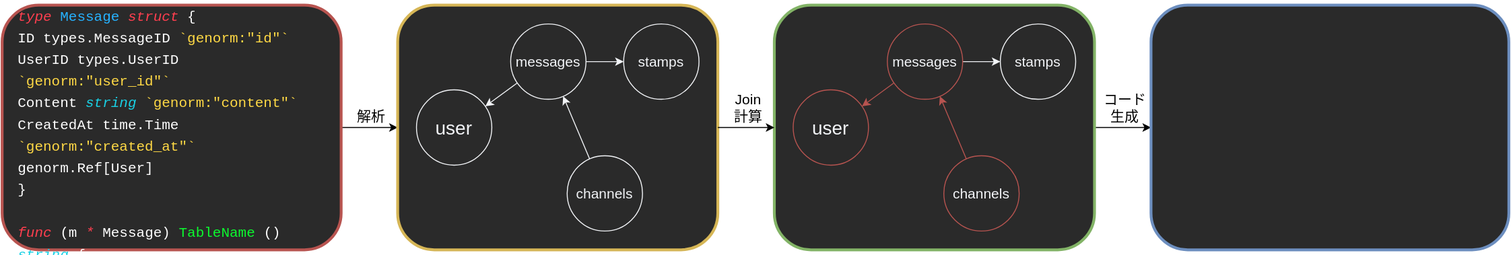
The draw.io diagram trap-lt/codegen-flow.drawio.svg in mazrean/slides, before a commit. Source tidied: cells renumbered, new cells last; positions are measured from the earlier drawing's top-left corner, leaving out a move shared by most shapes.
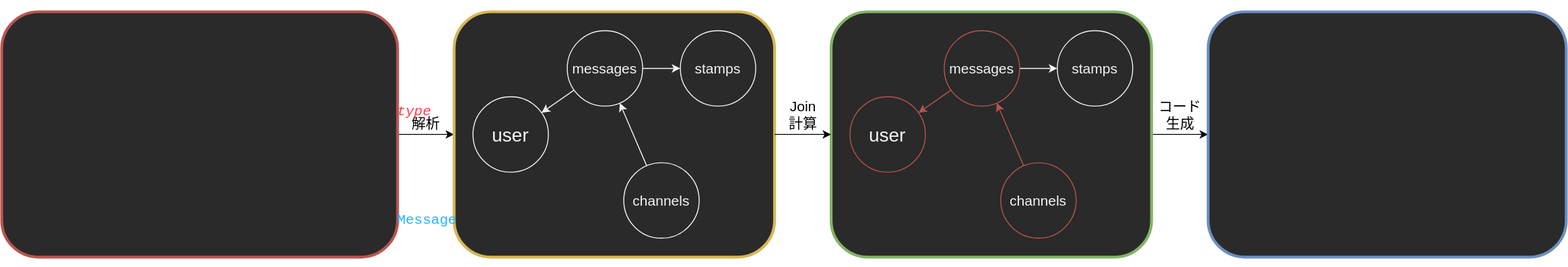
The same diagram one commit later.

Change to the diagram source:
```diff
@@ -6,7 +6,7 @@
       <mxGeometry relative="1" as="geometry" />
     </mxCell>
     <mxCell id="3" style="rounded=1;whiteSpace=wrap;html=1;fillColor=#2A2A2A;strokeColor=#b85450;strokeWidth=3;" parent="1" vertex="1">
-      <mxGeometry y="5" width="360" height="260" as="geometry" />
+      <mxGeometry x="-60" y="5" width="420" height="260" as="geometry" />
     </mxCell>
     <mxCell id="4" style="rounded=1;whiteSpace=wrap;html=1;labelBackgroundColor=none;fillColor=#2A2A2A;strokeColor=#d6b656;strokeWidth=3;" parent="1" vertex="1">
       <mxGeometry x="420" y="5" width="340" height="260" as="geometry" />
@@ -23,8 +23,8 @@
     <mxCell id="8" value="&lt;font style=&quot;font-size: 15px&quot; color=&quot;#f2f4f7&quot;&gt;messages&lt;/font&gt;" style="ellipse;whiteSpace=wrap;html=1;labelBackgroundColor=none;fillColor=none;strokeColor=#F2F4F7;" parent="1" vertex="1">
       <mxGeometry x="540" y="25" width="80" height="80" as="geometry" />
     </mxCell>
-    <mxCell id="9" value="&lt;meta charset=&quot;utf-8&quot;&gt;&lt;div style=&quot;color: rgb(255, 255, 255); font-family: &amp;quot;ricty diminished&amp;quot;, menlo, monaco, &amp;quot;courier new&amp;quot;, monospace; font-weight: normal; font-size: 15px; line-height: 23px;&quot;&gt;&lt;div&gt;&lt;span style=&quot;color: #ff3f4f ; font-style: italic&quot;&gt;type&lt;/span&gt;&lt;span style=&quot;color: #ffffff&quot;&gt; &lt;/span&gt;&lt;span style=&quot;color: #26b2ff&quot;&gt;Message&lt;/span&gt;&lt;span style=&quot;color: #ffffff&quot;&gt; &lt;/span&gt;&lt;span style=&quot;color: #ff3f4f ; font-style: italic&quot;&gt;struct&lt;/span&gt;&lt;span style=&quot;color: #ffffff&quot;&gt; {&lt;/span&gt;&lt;/div&gt;&lt;div&gt;&lt;span style=&quot;color: #ffffff&quot;&gt;  ID        types.MessageID &lt;/span&gt;&lt;span style=&quot;color: #ffd945&quot;&gt;`genorm:&quot;id&quot;`&lt;/span&gt;&lt;/div&gt;&lt;div&gt;&lt;span style=&quot;color: #ffffff&quot;&gt;  UserID    types.UserID    &lt;/span&gt;&lt;span style=&quot;color: #ffd945&quot;&gt;`genorm:&quot;user_id&quot;`&lt;/span&gt;&lt;/div&gt;&lt;div&gt;&lt;span style=&quot;color: #ffffff&quot;&gt;  Content   &lt;/span&gt;&lt;span style=&quot;color: #19d1e5 ; font-style: italic&quot;&gt;string&lt;/span&gt;&lt;span style=&quot;color: #ffffff&quot;&gt;          &lt;/span&gt;&lt;span style=&quot;color: #ffd945&quot;&gt;`genorm:&quot;content&quot;`&lt;/span&gt;&lt;/div&gt;&lt;div&gt;&lt;span style=&quot;color: #ffffff&quot;&gt;  CreatedAt time.Time       &lt;/span&gt;&lt;span style=&quot;color: #ffd945&quot;&gt;`genorm:&quot;created_at&quot;`&lt;/span&gt;&lt;/div&gt;&lt;div&gt;&lt;span style=&quot;color: #ffffff&quot;&gt;  genorm.Ref[User]&lt;/span&gt;&lt;/div&gt;&lt;div&gt;&lt;span style=&quot;color: #ffffff&quot;&gt;}&lt;/span&gt;&lt;/div&gt;&lt;br&gt;&lt;div&gt;&lt;span style=&quot;color: #ff3f4f ; font-style: italic&quot;&gt;func&lt;/span&gt;&lt;span style=&quot;color: #ffffff&quot;&gt; (m &lt;/span&gt;&lt;span style=&quot;color: #ff3f4f ; font-style: italic&quot;&gt;*&lt;/span&gt;&lt;span style=&quot;color: #ffffff&quot;&gt;Message) &lt;/span&gt;&lt;span style=&quot;color: #0cfa2f&quot;&gt;TableName&lt;/span&gt;&lt;span style=&quot;color: #ffffff&quot;&gt;() &lt;/span&gt;&lt;span style=&quot;color: #19d1e5 ; font-style: italic&quot;&gt;string&lt;/span&gt;&lt;span style=&quot;color: #ffffff&quot;&gt; {&lt;/span&gt;&lt;/div&gt;&lt;div&gt;&lt;span style=&quot;color: #ffffff&quot;&gt;  &lt;/span&gt;&lt;span style=&quot;color: #ff3f4f ; font-style: italic&quot;&gt;return&lt;/span&gt;&lt;span style=&quot;color: #ffffff&quot;&gt; &lt;/span&gt;&lt;span style=&quot;color: #ffd945&quot;&gt;&quot;messages&quot;&lt;/span&gt;&lt;/div&gt;&lt;div&gt;&lt;span style=&quot;color: #ffffff&quot;&gt;}&lt;/span&gt;&lt;/div&gt;&lt;/div&gt;" style="text;whiteSpace=wrap;html=1;fontSize=15;labelBackgroundColor=none;" parent="1" vertex="1">
-      <mxGeometry x="15" width="330" height="270" as="geometry" />
+    <mxCell id="9" value="&lt;pre style=&quot;color: rgb(255 , 255 , 255) ; font-family: &amp;#34;ricty diminished&amp;#34; , &amp;#34;menlo&amp;#34; , &amp;#34;monaco&amp;#34; , &amp;#34;courier new&amp;#34; , monospace ; font-weight: normal ; font-size: 15px ; line-height: 23px&quot;&gt;&lt;div&gt;&lt;span style=&quot;color: #ff3f4f ; font-style: italic&quot;&gt;type&lt;/span&gt;&lt;span style=&quot;color: #ffffff&quot;&gt; &lt;/span&gt;&lt;span style=&quot;color: #26b2ff&quot;&gt;Message&lt;/span&gt;&lt;span style=&quot;color: #ffffff&quot;&gt; &lt;/span&gt;&lt;span style=&quot;color: #ff3f4f ; font-style: italic&quot;&gt;struct&lt;/span&gt;&lt;span style=&quot;color: #ffffff&quot;&gt; {&lt;/span&gt;&lt;/div&gt;&lt;div&gt;&lt;span style=&quot;color: #ffffff&quot;&gt;  ID        types.MessageID &lt;/span&gt;&lt;span style=&quot;color: #ffd945&quot;&gt;`genorm:&quot;id&quot;`&lt;/span&gt;&lt;/div&gt;&lt;div&gt;&lt;span style=&quot;color: #ffffff&quot;&gt;  UserID    types.UserID    &lt;/span&gt;&lt;span style=&quot;color: #ffd945&quot;&gt;`genorm:&quot;user_id&quot;`&lt;/span&gt;&lt;/div&gt;&lt;div&gt;&lt;span style=&quot;color: #ffffff&quot;&gt;  Content   &lt;/span&gt;&lt;span style=&quot;color: #19d1e5 ; font-style: italic&quot;&gt;string&lt;/span&gt;&lt;span style=&quot;color: #ffffff&quot;&gt;          &lt;/span&gt;&lt;span style=&quot;color: #ffd945&quot;&gt;`genorm:&quot;content&quot;`&lt;/span&gt;&lt;/div&gt;&lt;div&gt;&lt;span style=&quot;color: #ffffff&quot;&gt;  CreatedAt time.Time       &lt;/span&gt;&lt;span style=&quot;color: #ffd945&quot;&gt;`genorm:&quot;created_at&quot;`&lt;/span&gt;&lt;/div&gt;&lt;div&gt;&lt;span style=&quot;color: #ffffff&quot;&gt;  genorm.Ref[User]&lt;/span&gt;&lt;/div&gt;&lt;div&gt;&lt;span style=&quot;color: #ffffff&quot;&gt;}&lt;/span&gt;&lt;/div&gt;&lt;br&gt;&lt;div&gt;&lt;span style=&quot;color: #ff3f4f ; font-style: italic&quot;&gt;func&lt;/span&gt;&lt;span style=&quot;color: #ffffff&quot;&gt; (m &lt;/span&gt;&lt;span style=&quot;color: #ff3f4f ; font-style: italic&quot;&gt;*&lt;/span&gt;&lt;span style=&quot;color: #ffffff&quot;&gt;Message) &lt;/span&gt;&lt;span style=&quot;color: #0cfa2f&quot;&gt;TableName&lt;/span&gt;&lt;span style=&quot;color: #ffffff&quot;&gt;() &lt;/span&gt;&lt;span style=&quot;color: #19d1e5 ; font-style: italic&quot;&gt;string&lt;/span&gt;&lt;span style=&quot;color: #ffffff&quot;&gt; {&lt;/span&gt;&lt;/div&gt;&lt;div&gt;&lt;span style=&quot;color: #ffffff&quot;&gt;  &lt;/span&gt;&lt;span style=&quot;color: #ff3f4f ; font-style: italic&quot;&gt;return&lt;/span&gt;&lt;span style=&quot;color: #ffffff&quot;&gt; &lt;/span&gt;&lt;span style=&quot;color: #ffd945&quot;&gt;&quot;messages&quot;&lt;/span&gt;&lt;/div&gt;&lt;div&gt;&lt;span style=&quot;color: #ffffff&quot;&gt;}&lt;/span&gt;&lt;/div&gt;&lt;/pre&gt;" style="text;whiteSpace=wrap;html=1;fontSize=15;labelBackgroundColor=none;spacing=-20;spacingLeft=20;" parent="1" vertex="1">
+      <mxGeometry x="-36.2" y="7.5" width="372.5" height="255" as="geometry" />
     </mxCell>
     <mxCell id="10" value="&lt;font color=&quot;#f2f4f7&quot;&gt;stamps&lt;/font&gt;" style="ellipse;whiteSpace=wrap;html=1;labelBackgroundColor=none;fontSize=15;fillColor=none;strokeColor=#F2F4F7;" parent="1" vertex="1">
       <mxGeometry x="660" y="25" width="80" height="80" as="geometry" />
```
